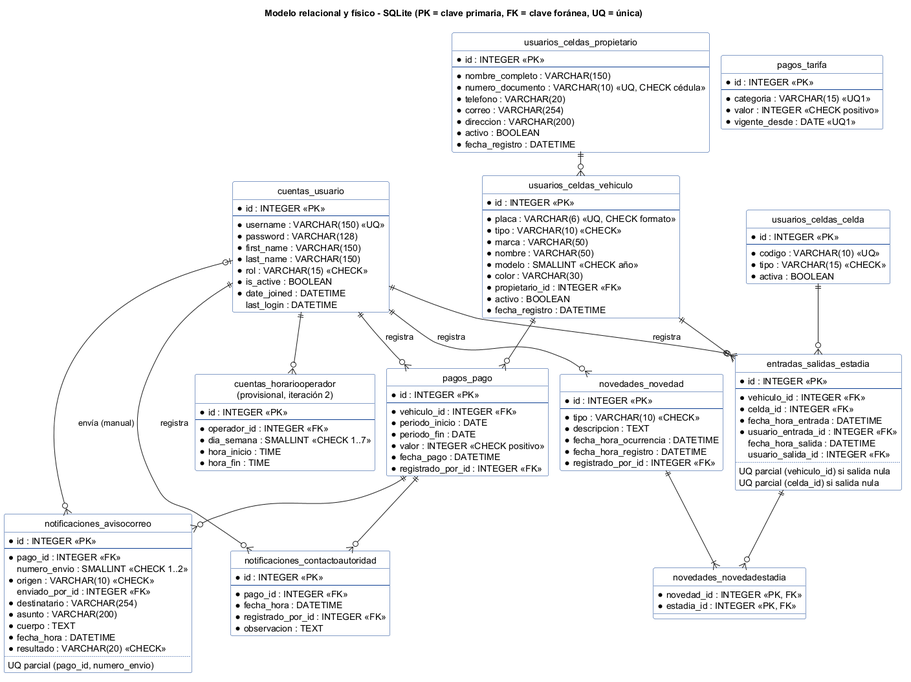
NotDual2024/Autos-Colombia-Equipo-31-Actualizacion keeps this PlantUML diagram as docs/latex/diagrams/datos/MR-01_Relacional.png. Above is the earlier version. Source of this version:
```plantuml
@startuml MR-01_Relacional
!pragma layout smetana
hide circle
skinparam linetype ortho
skinparam class {
  BackgroundColor #FDFDFD
  BorderColor #0B3D91
}
title Modelo relacional y físico - SQLite (PK = clave primaria, FK = clave foránea, UQ = única)

entity "cuentas_usuario" as usuario {
  * id : INTEGER <<PK>>
  --
  * username : VARCHAR(150) <<UQ>>
  * password : VARCHAR(128)
  * first_name : VARCHAR(150)
  * last_name : VARCHAR(150)
  * rol : VARCHAR(15) <<CHECK>>
  * is_active : BOOLEAN
  * date_joined : DATETIME
    last_login : DATETIME
}
entity "cuentas_horariooperador\n(provisional, iteración 2)" as horario {
  * id : INTEGER <<PK>>
  --
  * operador_id : INTEGER <<FK>>
  * dia_semana : SMALLINT <<CHECK 1..7>>
  * hora_inicio : TIME
  * hora_fin : TIME
}
entity "usuarios_celdas_propietario" as propietario {
  * id : INTEGER <<PK>>
  --
  * nombre_completo : VARCHAR(150)
  * numero_documento : VARCHAR(10) <<UQ, CHECK cédula>>
  * telefono : VARCHAR(20)
  * correo : VARCHAR(254)
  * direccion : VARCHAR(200)
  * activo : BOOLEAN
  * fecha_registro : DATETIME
}
entity "usuarios_celdas_vehiculo" as vehiculo {
  * id : INTEGER <<PK>>
  --
  * placa : VARCHAR(6) <<UQ, CHECK formato>>
  * tipo : VARCHAR(10) <<CHECK>>
  * marca : VARCHAR(50)
  * nombre : VARCHAR(50)
  * modelo : SMALLINT <<CHECK año>>
  * color : VARCHAR(30)
  * propietario_id : INTEGER <<FK>>
  * activo : BOOLEAN
  * fecha_registro : DATETIME
}
entity "usuarios_celdas_celda" as celda {
  * id : INTEGER <<PK>>
  --
  * codigo : VARCHAR(10) <<UQ>>
  * tipo : VARCHAR(15) <<CHECK>>
  * activa : BOOLEAN
}
entity "pagos_tarifa" as tarifa {
  * id : INTEGER <<PK>>
  --
  * categoria : VARCHAR(15) <<UQ1>>
  * valor : INTEGER <<CHECK positivo>>
  * vigente_desde : DATE <<UQ1>>
}
entity "pagos_pago" as pago {
  * id : INTEGER <<PK>>
  --
  * vehiculo_id : INTEGER <<FK>>
  * periodo_inicio : DATE
  * periodo_fin : DATE
  * valor : INTEGER <<CHECK positivo>>
  * fecha_pago : DATETIME
  * registrado_por_id : INTEGER <<FK>>
}
entity "entradas_salidas_estadia" as estadia {
  * id : INTEGER <<PK>>
  --
  * vehiculo_id : INTEGER <<FK>>
  * celda_id : INTEGER <<FK>>
  * fecha_hora_entrada : DATETIME
  * usuario_entrada_id : INTEGER <<FK>>
    fecha_hora_salida : DATETIME
    usuario_salida_id : INTEGER <<FK>>
  ..
  UQ parcial (vehiculo_id) si salida nula
  UQ parcial (celda_id) si salida nula
}
entity "novedades_novedad" as novedad {
  * id : INTEGER <<PK>>
  --
  * tipo : VARCHAR(10) <<CHECK>>
  * descripcion : TEXT
  * fecha_hora_ocurrencia : DATETIME
  * fecha_hora_registro : DATETIME
  * registrado_por_id : INTEGER <<FK>>
}
entity "novedades_novedadestadia" as novest {
  * novedad_id : INTEGER <<PK, FK>>
  * estadia_id : INTEGER <<PK, FK>>
}
entity "notificaciones_avisocorreo" as aviso {
  * id : INTEGER <<PK>>
  --
  * pago_id : INTEGER <<FK>>
    numero_envio : SMALLINT <<CHECK 1..2>>
  * origen : VARCHAR(10) <<CHECK>>
    enviado_por_id : INTEGER <<FK>>
  * destinatario : VARCHAR(254)
  * asunto : VARCHAR(200)
  * cuerpo : TEXT
  * fecha_hora : DATETIME
  * resultado : VARCHAR(20) <<CHECK>>
  ..
  UQ parcial (pago_id, numero_envio)
}
entity "notificaciones_contactoautoridad" as contacto {
  * id : INTEGER <<PK>>
  --
  * pago_id : INTEGER <<FK>>
  * fecha_hora : DATETIME
  * registrado_por_id : INTEGER <<FK>>
  * observacion : TEXT
}

propietario ||--o{ vehiculo
vehiculo ||--o{ pago
vehiculo ||--o{ estadia
celda ||--o{ estadia
estadia ||--o{ novest
novedad ||--|{ novest
pago ||--o{ aviso
pago ||--o{ contacto
usuario ||--o{ horario
usuario ||--o{ estadia : registra
usuario ||--o{ novedad : registra
usuario ||--o{ pago : registra
usuario |o--o{ aviso : envía (manual)
usuario ||--o{ contacto : registra
@enduml
```
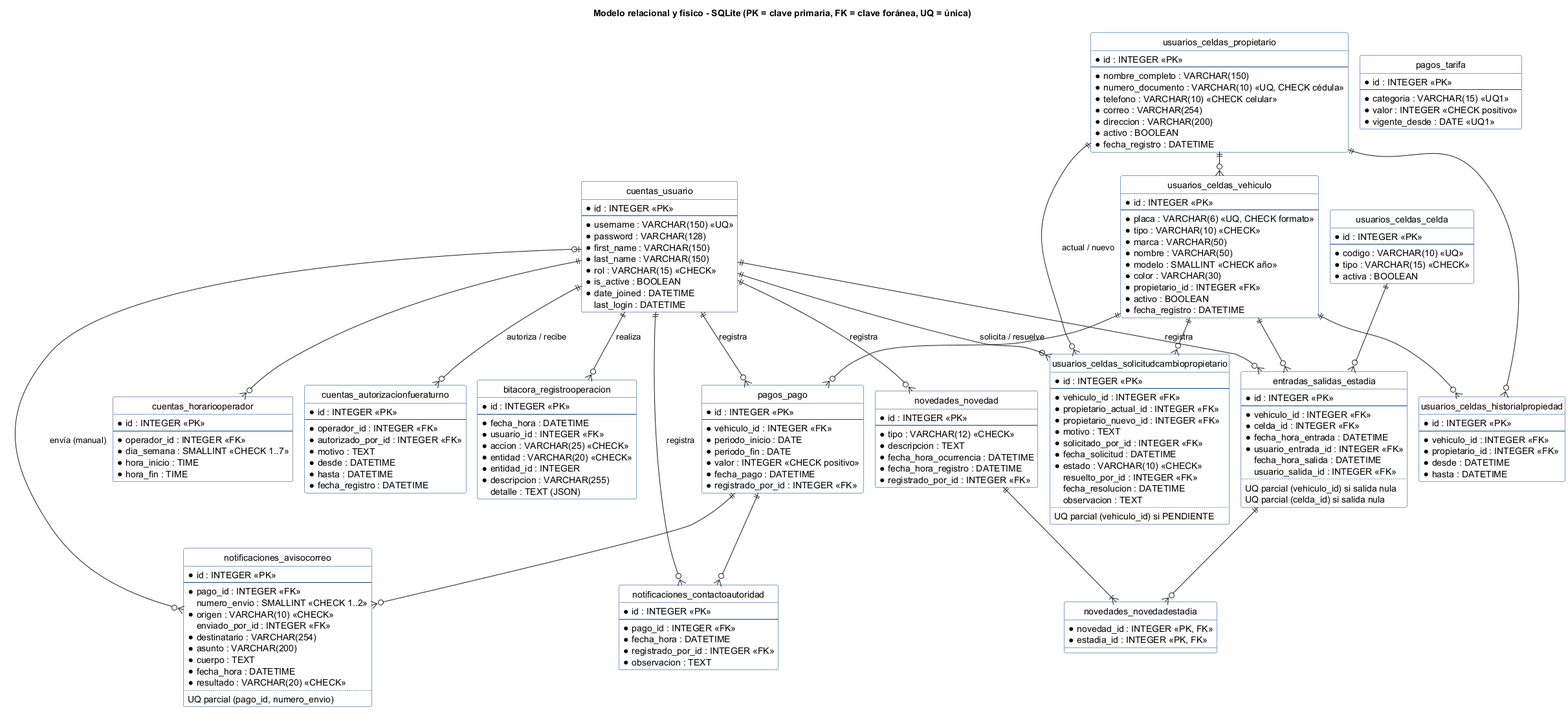
After the commit.

What changed in the source:
```diff
@@ -20,7 +20,7 @@
   * date_joined : DATETIME
     last_login : DATETIME
 }
-entity "cuentas_horariooperador\n(provisional, iteración 2)" as horario {
+entity "cuentas_horariooperador" as horario {
   * id : INTEGER <<PK>>
   --
   * operador_id : INTEGER <<FK>>
@@ -33,7 +33,7 @@
   --
   * nombre_completo : VARCHAR(150)
   * numero_documento : VARCHAR(10) <<UQ, CHECK cédula>>
-  * telefono : VARCHAR(20)
+  * telefono : VARCHAR(10) <<CHECK celular>>
   * correo : VARCHAR(254)
   * direccion : VARCHAR(200)
   * activo : BOOLEAN
@@ -58,6 +58,51 @@
   * codigo : VARCHAR(10) <<UQ>>
   * tipo : VARCHAR(15) <<CHECK>>
   * activa : BOOLEAN
+}
+entity "cuentas_autorizacionfueraturno" as autorizacion {
+  * id : INTEGER <<PK>>
+  --
+  * operador_id : INTEGER <<FK>>
+  * autorizado_por_id : INTEGER <<FK>>
+  * motivo : TEXT
+  * desde : DATETIME
+  * hasta : DATETIME
+  * fecha_registro : DATETIME
+}
+entity "usuarios_celdas_historialpropiedad" as historial {
+  * id : INTEGER <<PK>>
+  --
+  * vehiculo_id : INTEGER <<FK>>
+  * propietario_id : INTEGER <<FK>>
+  * desde : DATETIME
+  * hasta : DATETIME
+}
+entity "usuarios_celdas_solicitudcambiopropietario" as solicitud {
+  * id : INTEGER <<PK>>
+  --
+  * vehiculo_id : INTEGER <<FK>>
+  * propietario_actual_id : INTEGER <<FK>>
+  * propietario_nuevo_id : INTEGER <<FK>>
+  * motivo : TEXT
+  * solicitado_por_id : INTEGER <<FK>>
+  * fecha_solicitud : DATETIME
+  * estado : VARCHAR(10) <<CHECK>>
+    resuelto_por_id : INTEGER <<FK>>
+    fecha_resolucion : DATETIME
+    observacion : TEXT
+  ..
+  UQ parcial (vehiculo_id) si PENDIENTE
+}
+entity "bitacora_registrooperacion" as bitacora {
+  * id : INTEGER <<PK>>
+  --
+  * fecha_hora : DATETIME
+  * usuario_id : INTEGER <<FK>>
+  * accion : VARCHAR(25) <<CHECK>>
+  * entidad : VARCHAR(20) <<CHECK>>
+  * entidad_id : INTEGER
+  * descripcion : VARCHAR(255)
+    detalle : TEXT (JSON)
 }
 entity "pagos_tarifa" as tarifa {
   * id : INTEGER <<PK>>
@@ -92,7 +137,7 @@
 entity "novedades_novedad" as novedad {
   * id : INTEGER <<PK>>
   --
-  * tipo : VARCHAR(10) <<CHECK>>
+  * tipo : VARCHAR(12) <<CHECK>>
   * descripcion : TEXT
   * fecha_hora_ocurrencia : DATETIME
   * fecha_hora_registro : DATETIME
@@ -140,4 +185,11 @@
 usuario ||--o{ pago : registra
 usuario |o--o{ aviso : envía (manual)
 usuario ||--o{ contacto : registra
+usuario ||--o{ autorizacion : autoriza / recibe
+vehiculo ||--o{ historial
+propietario ||--o{ historial
+vehiculo ||--o{ solicitud
+propietario ||--o{ solicitud : actual / nuevo
+usuario ||--o{ solicitud : solicita / resuelve
+usuario ||--o{ bitacora : realiza
 @enduml
```
